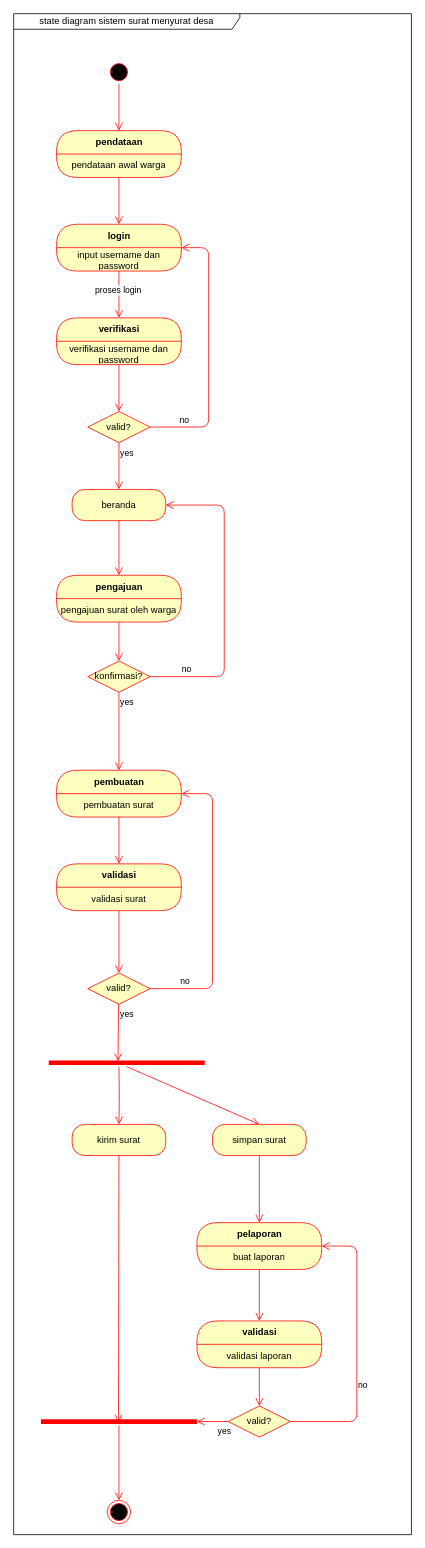
Before: page "state fix" (2 of 4) of state Diagram.drawio in novianh/desain-dan-analis-sistem, a draw.io diagram. Source tidied: cells renumbered, new cells numbered last; positions are measured from the earlier drawing's top-left corner, leaving out a move shared by most shapes. Both pictures are drawn from the tidied source at 78%, with x=0, y=0 at pixel (13, 13).
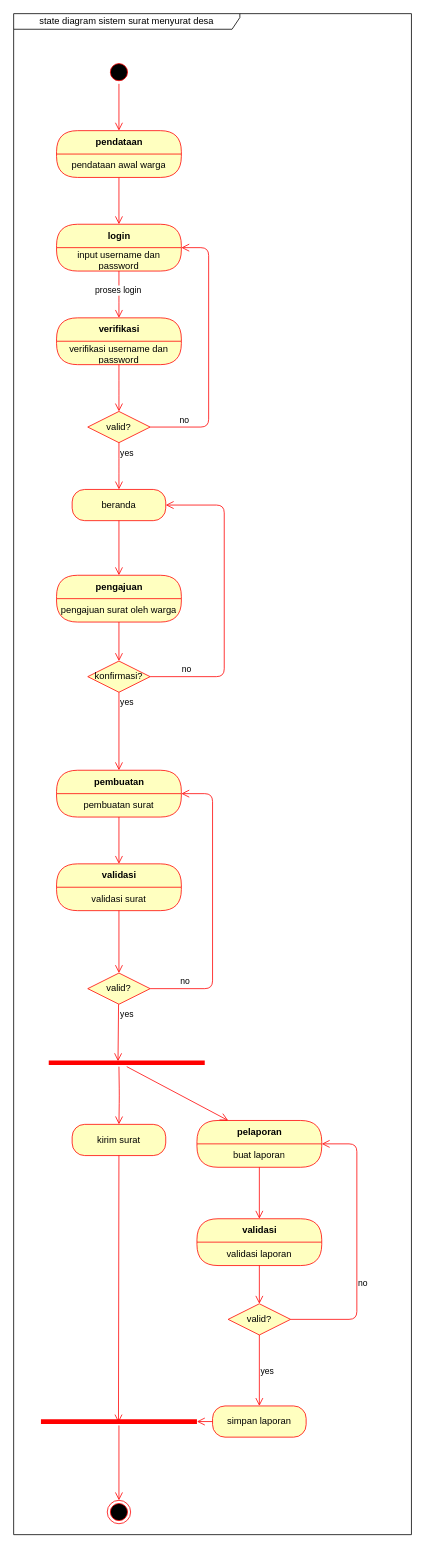
Above is the later version.

Unchanged cells that the change refers to:
```xml
<mxCell id="38" value="buat laporan" style="text;html=1;strokeColor=none;fillColor=none;align=center;verticalAlign=middle;spacingLeft=4;spacingRight=4;whiteSpace=wrap;overflow=hidden;fontColor=#000000;" parent="37" vertex="1">
  <mxGeometry y="30" width="160" height="30" as="geometry" />
</mxCell>
<mxCell id="49" style="shape=line;html=1;strokeWidth=6;strokeColor=#ff0000;" parent="1" vertex="1">
  <mxGeometry x="35" y="1800" width="200" height="10" as="geometry" />
</mxCell>
```

The edit, as a diff of the source:
```diff
@@
     <mxCell id="37" value="pelaporan" style="swimlane;html=1;fontStyle=1;align=center;verticalAlign=middle;horizontal=1;startSize=30;fontColor=#000000;rounded=1;arcSize=30;strokeColor=#ff0000;fillColor=#ffffc0;swimlaneFillColor=#ffffc0;" parent="1" vertex="1">
-      <mxGeometry x="235" y="1550" width="160" height="60" as="geometry" />
+      <mxGeometry x="235" y="1419" width="160" height="60" as="geometry" />
     </mxCell>
@@
-    <mxCell id="40" style="html=1;verticalAlign=bottom;endArrow=open;endSize=8;strokeColor=#ff0000;entryX=0.5;entryY=0;entryDx=0;entryDy=0;" parent="1" edge="1" target="47">
+    <mxCell id="40" style="html=1;verticalAlign=bottom;endArrow=open;endSize=8;strokeColor=#ff0000;entryX=0.25;entryY=0;entryDx=0;entryDy=0;" parent="1" edge="1" target="37">
       <mxGeometry relative="1" as="geometry">
         <mxPoint x="145" y="1350" as="sourcePoint" />
       </mxGeometry>
     </mxCell>
     <mxCell id="41" value="validasi" style="swimlane;html=1;fontStyle=1;align=center;verticalAlign=middle;horizontal=1;startSize=30;fontColor=#000000;rounded=1;arcSize=30;strokeColor=#ff0000;fillColor=#ffffc0;swimlaneFillColor=#ffffc0;" parent="1" vertex="1">
-      <mxGeometry x="235" y="1676" width="160" height="60" as="geometry" />
+      <mxGeometry x="235" y="1545" width="160" height="60" as="geometry" />
     </mxCell>
@@
     <mxCell id="44" value="valid?" style="rhombus;whiteSpace=wrap;html=1;fillColor=#ffffc0;strokeColor=#ff0000;" parent="1" vertex="1">
-      <mxGeometry x="275" y="1785" width="80" height="40" as="geometry" />
+      <mxGeometry x="275" y="1654" width="80" height="40" as="geometry" />
     </mxCell>
     <mxCell id="45" value="no" style="edgeStyle=orthogonalEdgeStyle;html=1;align=left;verticalAlign=bottom;endArrow=open;endSize=8;strokeColor=#ff0000;entryX=1;entryY=0;entryDx=0;entryDy=0;exitX=1;exitY=0.5;exitDx=0;exitDy=0;" parent="1" edge="1" source="44" target="38">
       <mxGeometry x="-0.31" relative="1" as="geometry">
         <Array as="points">
-          <mxPoint x="440" y="1805" />
-          <mxPoint x="440" y="1580" />
+          <mxPoint x="440" y="1674" />
+          <mxPoint x="440" y="1449" />
         </Array>
       </mxGeometry>
     </mxCell>
-    <mxCell id="46" value="yes" style="edgeStyle=orthogonalEdgeStyle;html=1;align=left;verticalAlign=top;endArrow=open;endSize=8;strokeColor=#ff0000;" parent="1" edge="1" source="44" target="49">
+    <mxCell id="46" value="yes" style="edgeStyle=orthogonalEdgeStyle;html=1;align=left;verticalAlign=top;endArrow=open;endSize=8;strokeColor=#ff0000;entryX=0.5;entryY=0;entryDx=0;entryDy=0;" parent="1" edge="1" source="44" target="47">
       <mxGeometry x="-0.25" relative="1" as="geometry" />
     </mxCell>
-    <mxCell id="47" value="simpan surat" style="rounded=1;whiteSpace=wrap;html=1;arcSize=40;fontColor=#000000;fillColor=#ffffc0;strokeColor=#ff0000;" parent="1" vertex="1">
-      <mxGeometry x="255" y="1424" width="120" height="40" as="geometry" />
+    <mxCell id="47" value="simpan laporan" style="rounded=1;whiteSpace=wrap;html=1;arcSize=40;fontColor=#000000;fillColor=#ffffc0;strokeColor=#ff0000;" parent="1" vertex="1">
+      <mxGeometry x="255" y="1785" width="120" height="40" as="geometry" />
     </mxCell>
-    <mxCell id="48" style="edgeStyle=orthogonalEdgeStyle;html=1;verticalAlign=bottom;endArrow=open;endSize=8;strokeColor=#ff0000;entryX=0.5;entryY=0;entryDx=0;entryDy=0;" parent="1" edge="1" source="47" target="37">
+    <mxCell id="48" style="edgeStyle=orthogonalEdgeStyle;html=1;verticalAlign=bottom;endArrow=open;endSize=8;strokeColor=#ff0000;entryX=1;entryY=0.5;entryDx=0;entryDy=0;entryPerimeter=0;" parent="1" edge="1" source="47" target="49">
       <mxGeometry relative="1" as="geometry" />
     </mxCell>
```
